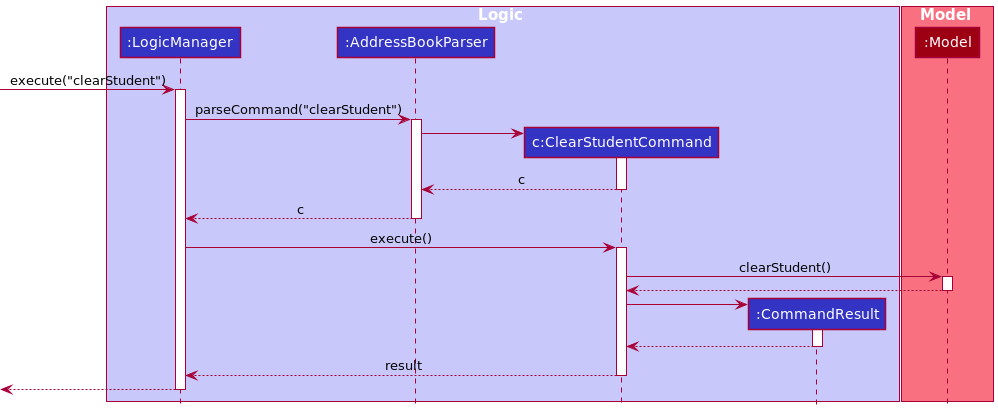
random689/tp keeps this PlantUML diagram as docs/images/ClearSequenceDiagram.png. Above is the earlier version.
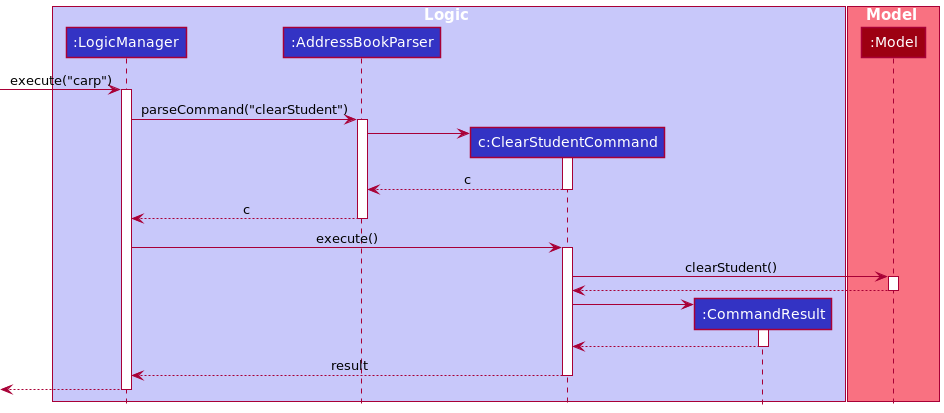
Later version of the same file.

Commit message:
Fix deleteStudent 1 in clearStudent diagram

Change to the diagram source:
```diff
@@ -12,7 +12,7 @@
 participant ":Model" as Model MODEL_COLOR
 end box
 
-[-> LogicManager : execute("clearStudent")
+[-> LogicManager : execute("carp")
 activate LogicManager
 
 LogicManager -> AddressBookParser : parseCommand("clearStudent")
```
